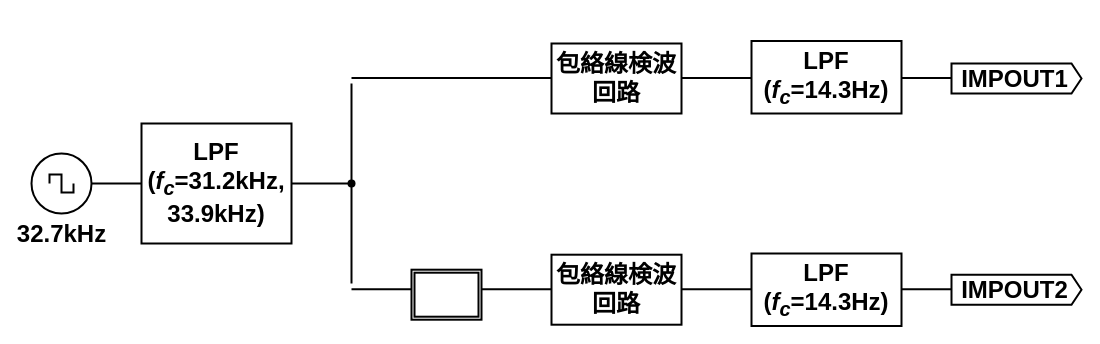
Above: Simplified sensor Diagram.drawio in 10matcho27/drawio_figure (draw.io), before the change. Source tidied: cells renumbered, new cells numbered last; positions are measured from the earlier drawing's top-left corner, leaving out a move shared by most shapes. Both pictures are drawn from the tidied source at 100%, with x=0, y=0 at pixel (31, 41).
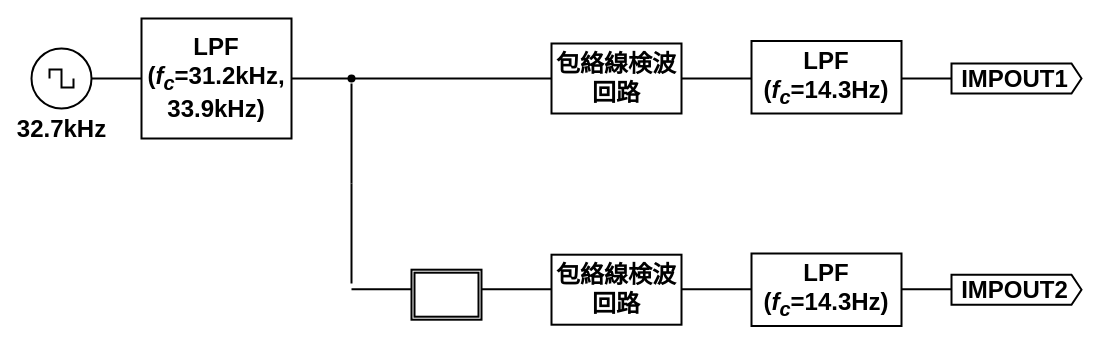
The same diagram, later.

The change refers to these unchanged cells:
```xml
<mxCell id="16" value="&lt;b&gt;IMPOUT1&lt;/b&gt;" style="shape=mxgraph.arrows2.arrow;verticalLabelPosition=bottom;shadow=0;dashed=0;align=center;html=1;verticalAlign=top;strokeWidth=2;dy=0;dx=10;notch=0;fontSize=24;spacingLeft=-5;spacing=2;spacingTop=-35;" parent="1" vertex="1">
  <mxGeometry x="920" y="22" width="130" height="30" as="geometry" />
</mxCell>
```

The edit, as a diff of the source:
```diff
@@
+    <mxCell id="18" style="endArrow=none;html=1;rounded=0;fontSize=24;strokeWidth=2;entryDx=0;entryDy=0;exitX=0;exitY=0.5;exitDx=0;exitDy=0;exitPerimeter=0;" parent="1" edge="1" source="16" target="19">
+      <mxGeometry relative="1" as="geometry" />
+    </mxCell>
     <mxCell id="2" value="&lt;b&gt;&lt;font style=&quot;font-size: 24px&quot;&gt;32.7kHz&lt;/font&gt;&lt;/b&gt;" style="verticalLabelPosition=bottom;shadow=0;dashed=0;align=center;html=1;verticalAlign=top;shape=mxgraph.electrical.signal_sources.source;points=[[0.5,0,0],[1,0.5,0],[0.5,1,0],[0,0.5,0]];elSignalType=square;strokeWidth=2;" parent="1" vertex="1">
-      <mxGeometry y="112" width="60" height="60" as="geometry" />
+      <mxGeometry y="7" width="60" height="60" as="geometry" />
     </mxCell>
     <mxCell id="3" value="&lt;div&gt;&lt;b&gt;LPF&lt;/b&gt;&lt;/div&gt;&lt;div&gt;&lt;b&gt;(&lt;i&gt;f&lt;sub&gt;c&lt;/sub&gt;&lt;/i&gt;=31.2kHz,&lt;/b&gt;&lt;/div&gt;&lt;div&gt;&lt;b&gt;33.9kHz)&lt;br&gt;&lt;/b&gt;&lt;/div&gt;" style="rounded=0;whiteSpace=wrap;html=1;fontSize=24;strokeWidth=2;" parent="1" vertex="1">
-      <mxGeometry x="110" y="82" width="150" height="120" as="geometry" />
+      <mxGeometry x="110" y="-23" width="150" height="120" as="geometry" />
     </mxCell>
@@
-    <mxCell id="5" style="endArrow=none;html=1;rounded=0;fontSize=24;strokeWidth=2;entryX=1;entryY=0.5;entryDx=0;entryDy=0;" parent="1" edge="1" target="3">
-      <mxGeometry relative="1" as="geometry">
-        <mxPoint x="320" y="142" as="sourcePoint" />
-      </mxGeometry>
+    <mxCell id="5" style="endArrow=none;html=1;rounded=0;fontSize=24;strokeWidth=2;entryX=1;entryY=0.5;entryDx=0;entryDy=0;exitDx=0;exitDy=0;exitPerimeter=0;startArrow=none;" parent="1" edge="1" source="19" target="3">
+      <mxGeometry relative="1" as="geometry" />
     </mxCell>
-    <mxCell id="6" style="endArrow=none;html=1;rounded=0;fontSize=24;strokeWidth=2;startArrow=none;" parent="1" edge="1" source="12">
+    <mxCell id="6" style="endArrow=none;html=1;rounded=0;fontSize=24;strokeWidth=2;startArrow=none;" parent="1" edge="1">
       <mxGeometry relative="1" as="geometry">
+        <mxPoint x="320" y="142" as="sourcePoint" />
         <mxPoint x="320" y="42" as="targetPoint" />
       </mxGeometry>
     </mxCell>
@@
-    <mxCell id="8" style="endArrow=none;html=1;rounded=0;fontSize=24;strokeWidth=2;entryX=1;entryY=0.5;entryDx=0;entryDy=0;" parent="1" edge="1">
-      <mxGeometry relative="1" as="geometry">
-        <mxPoint x="930" y="36.5" as="sourcePoint" />
-        <mxPoint x="320" y="36.5" as="targetPoint" />
-      </mxGeometry>
-    </mxCell>
@@
-    <mxCell id="12" style="shape=waypoint;sketch=0;fillStyle=solid;size=6;points=[];fillColor=none;perimeter=centerPerimeter;snapToPoint=1;fontSize=24;strokeWidth=2;" parent="1" vertex="1">
-      <mxGeometry x="300" y="122" width="40" height="40" as="geometry" />
-    </mxCell>
-    <mxCell id="13" style="endArrow=none;html=1;rounded=0;fontSize=24;strokeWidth=2;" parent="1" edge="1" target="12">
+    <mxCell id="13" style="endArrow=none;html=1;rounded=0;fontSize=24;strokeWidth=2;" parent="1" edge="1">
       <mxGeometry relative="1" as="geometry">
         <mxPoint x="320" y="242" as="sourcePoint" />
+        <mxPoint x="320" y="142" as="targetPoint" />
       </mxGeometry>
     </mxCell>
@@
+    <mxCell id="19" style="shape=waypoint;sketch=0;fillStyle=solid;size=6;points=[];fillColor=none;perimeter=centerPerimeter;snapToPoint=1;fontSize=24;strokeWidth=2;" parent="1" vertex="1">
+      <mxGeometry x="300" y="17" width="40" height="40" as="geometry" />
+    </mxCell>
```
